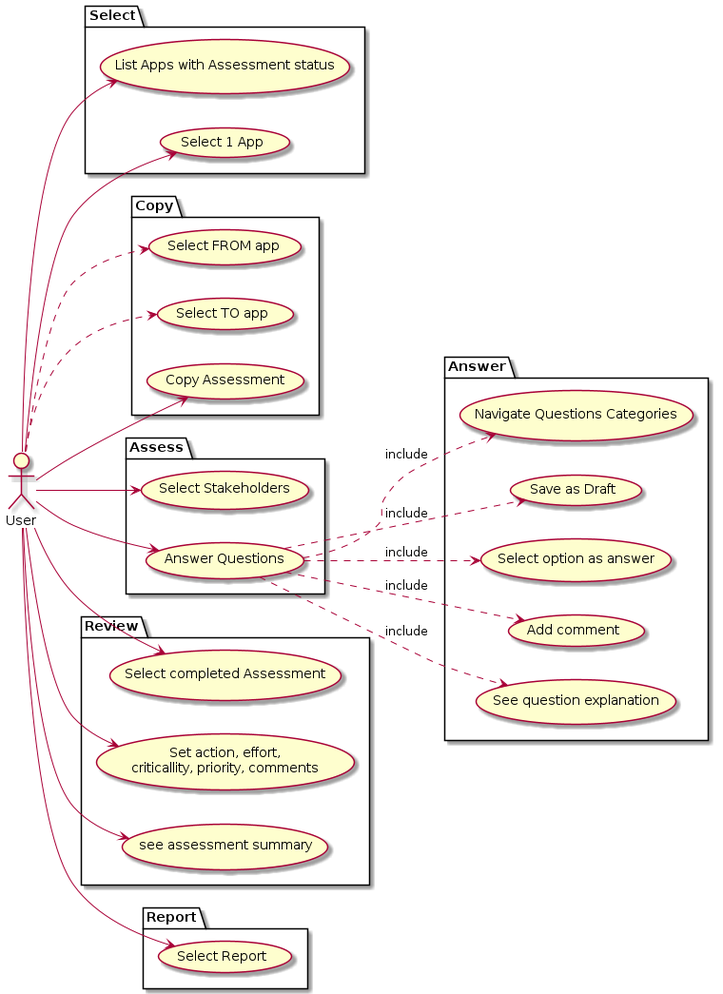
Earlier version of the PlantUML export doc/diagrams/out/Use Cases.png (konveyor/tackle-pathfinder).
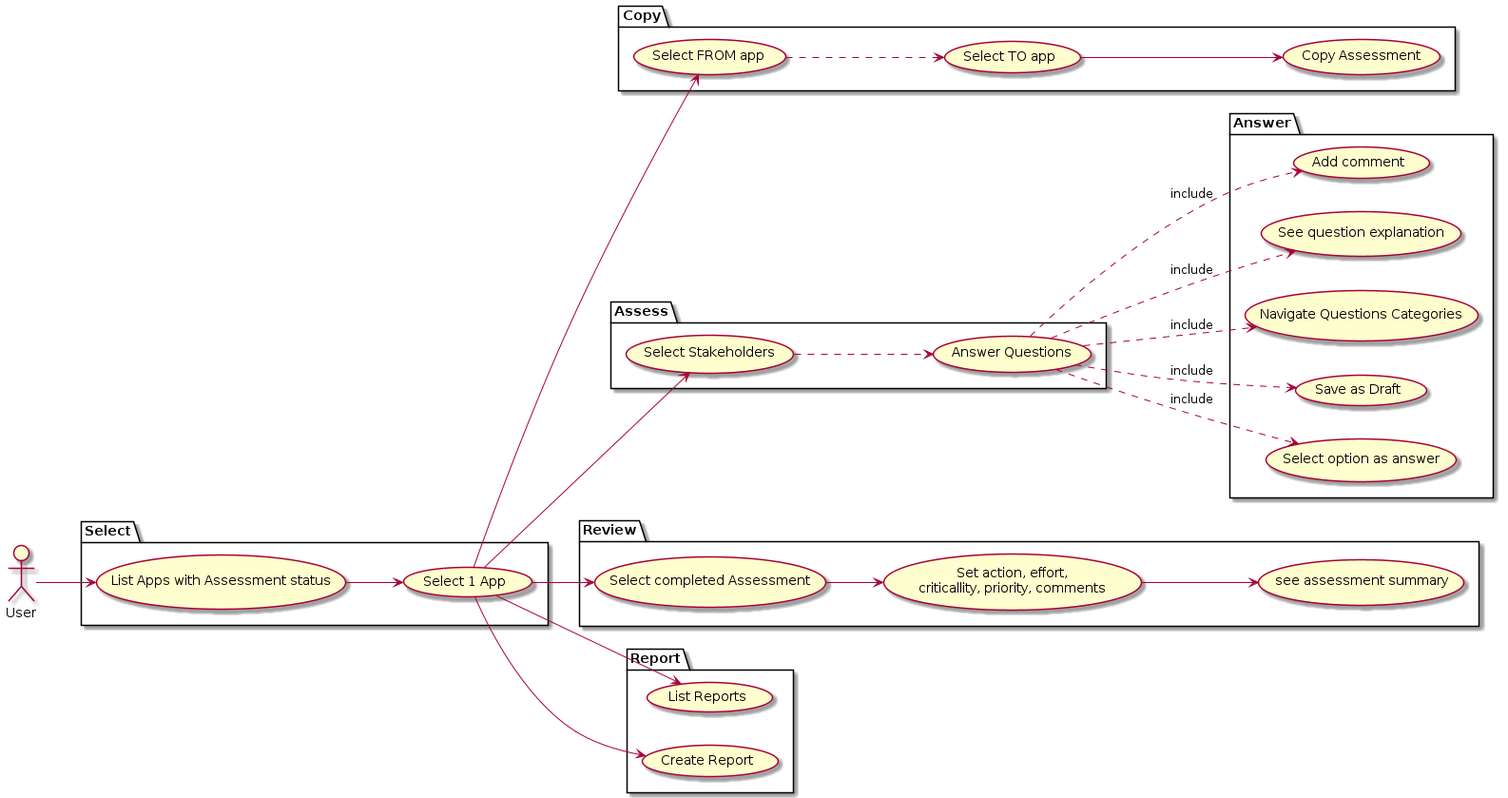
After the change.

Commit message:
Modifed Use Cases diagram Moved openapi.json file Reformatted README

What changed in the source:
```diff
@@ -28,26 +28,31 @@
     usecase "see assessment summary" as summary
 }
 package Report {
-    usecase "Select Report" as selectreport
+    usecase "List Reports" as listreports
+    usecase "Create Report" as createreport
 }
 
 
-User --> selectapp
-User --> selectstake
-User --> answer
+
 User --> list
-User --> copyfromto
-User ..> selectfrom
-User ..> selectto
+list --> selectapp
 
+selectapp --> selectfrom
+selectto --> copyfromto
+selectfrom ..> selectto
+
+selectapp --> selectstake
+selectstake ..> answer
 answer ..> navigate : include
 answer ..> save : include
 answer ..> select : include
 answer ..> comment : include
 answer ..> explana : include
 
-User --> review
-User --> summary
-User --> selectassessment
-User --> selectreport
+selectapp --> selectassessment
+selectassessment --> review
+review --> summary
+
+selectapp --> listreports
+selectapp --> createreport
 @enduml
```
